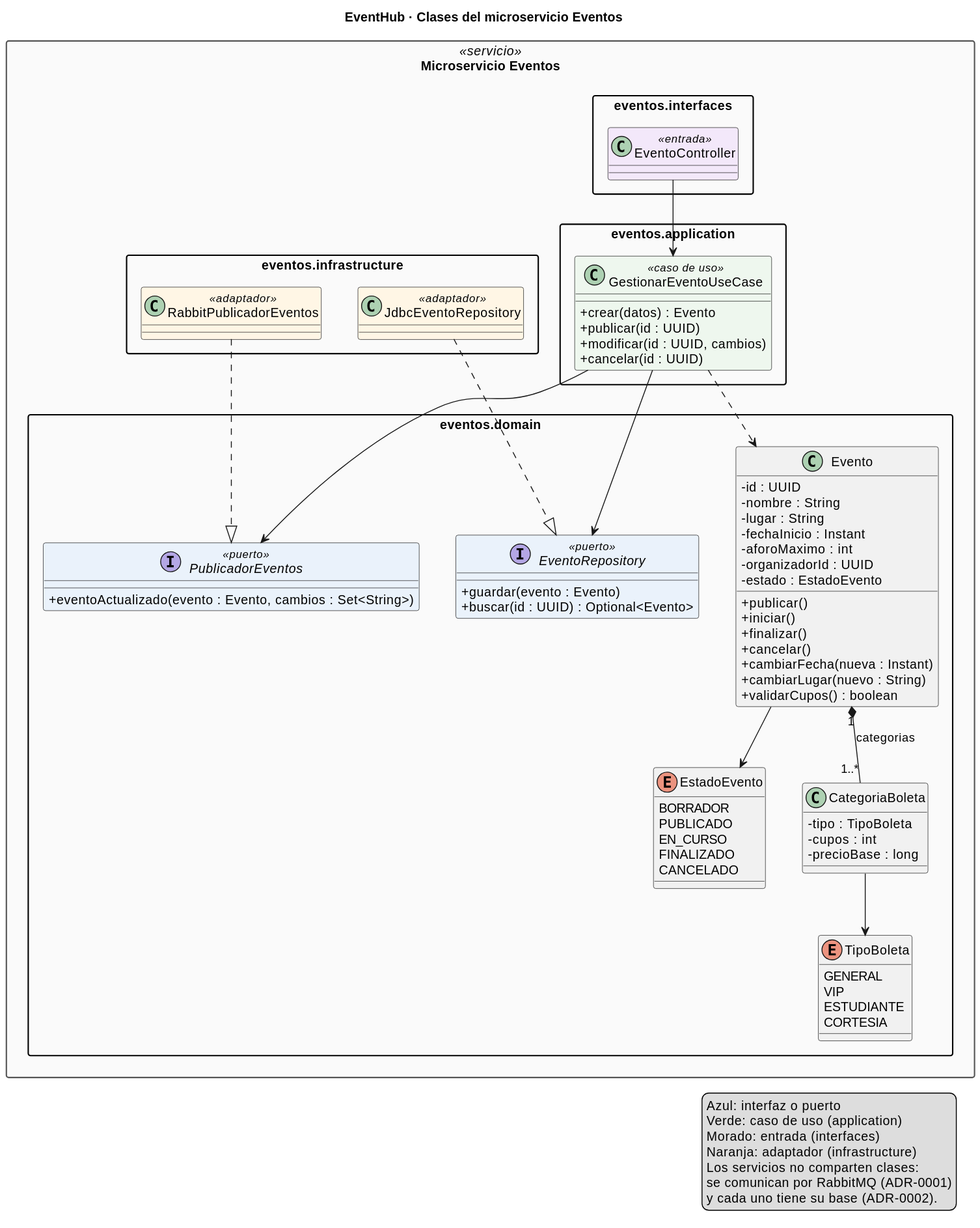
The PlantUML diagram docs/diagramas/clases-eventos.svg in vargasesc17/EventHub, before a commit. The source it was exported from:
```plantuml
@startuml
title EventHub · Clases del microservicio Eventos

skinparam shadowing false
skinparam classAttributeIconSize 0
skinparam packageStyle rectangle
skinparam nodesep 40
skinparam ranksep 50
skinparam defaultFontName Arial
skinparam package {
  BackgroundColor<<servicio>> #FAFAFA
  BorderColor<<servicio>> #555555
}
skinparam class {
  BackgroundColor<<interfaz>> #EAF2FB
  BackgroundColor<<puerto>> #EAF2FB
  BackgroundColor<<caso de uso>> #EEF7EE
  BackgroundColor<<adaptador>> #FFF6E5
  BackgroundColor<<entrada>> #F3E8FA
}

package "Microservicio Eventos" <<servicio>> {
  package "eventos.domain" as ev_dom {
    enum EstadoEvento {
      BORRADOR
      PUBLICADO
      EN_CURSO
      FINALIZADO
      CANCELADO
    }
    enum TipoBoleta {
      GENERAL
      VIP
      ESTUDIANTE
      CORTESIA
    }
    class Evento {
      - id : UUID
      - nombre : String
      - lugar : String
      - fechaInicio : Instant
      - aforoMaximo : int
      - organizadorId : UUID
      - estado : EstadoEvento
      + publicar()
      + iniciar()
      + finalizar()
      + cancelar()
      + cambiarFecha(nueva : Instant)
      + cambiarLugar(nuevo : String)
      + validarCupos() : boolean
    }
    class CategoriaBoleta {
      - tipo : TipoBoleta
      - cupos : int
      - precioBase : long
    }
    interface EventoRepository <<puerto>> {
      + guardar(evento : Evento)
      + buscar(id : UUID) : Optional<Evento>
    }
    interface PublicadorEventos <<puerto>> {
      + eventoActualizado(evento : Evento, cambios : Set<String>)
    }
  }
  package "eventos.application" as ev_app {
    class GestionarEventoUseCase <<caso de uso>> {
      + crear(datos) : Evento
      + publicar(id : UUID)
      + modificar(id : UUID, cambios)
      + cancelar(id : UUID)
    }
  }
  package "eventos.interfaces" as ev_int {
    class EventoController <<entrada>>
  }
  package "eventos.infrastructure" as ev_inf {
    class JdbcEventoRepository <<adaptador>>
    class RabbitPublicadorEventos <<adaptador>>
  }
}

Evento "1" *-- "1..*" CategoriaBoleta : categorias
Evento --> EstadoEvento
CategoriaBoleta --> TipoBoleta
GestionarEventoUseCase --> EventoRepository
GestionarEventoUseCase --> PublicadorEventos
GestionarEventoUseCase ..> Evento
EventoController --> GestionarEventoUseCase
JdbcEventoRepository ..|> EventoRepository
RabbitPublicadorEventos ..|> PublicadorEventos


legend right
  Azul: interfaz o puerto
  Verde: caso de uso (application)
  Morado: entrada (interfaces)
  Naranja: adaptador (infrastructure)
  Los servicios no comparten clases:
  se comunican por RabbitMQ (ADR-0001)
  y cada uno tiene su base (ADR-0002).
endlegend
@enduml
```
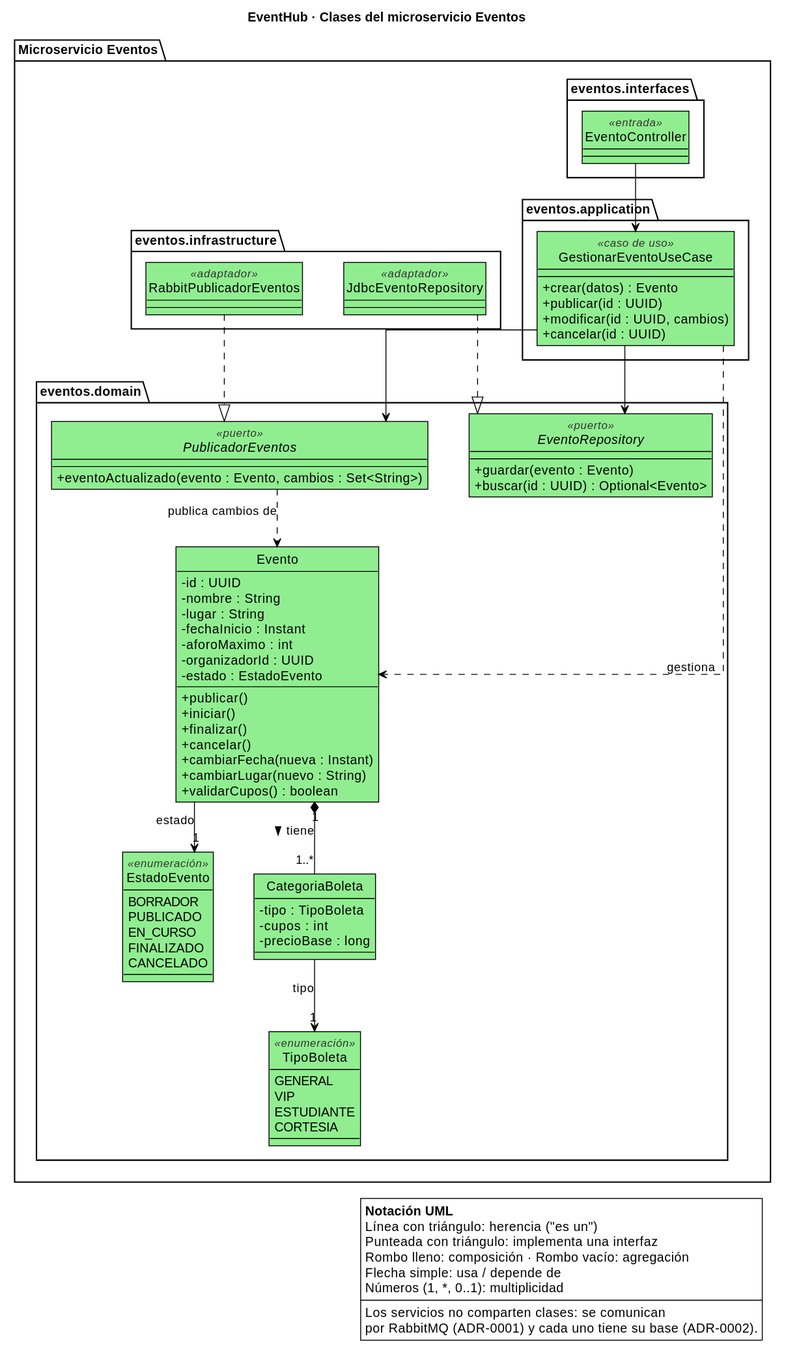
The same file after the commit.

Change to the diagram source:
```diff
@@ -2,33 +2,45 @@
 title EventHub · Clases del microservicio Eventos
 
 skinparam shadowing false
+skinparam linetype ortho
 skinparam classAttributeIconSize 0
-skinparam packageStyle rectangle
-skinparam nodesep 40
-skinparam ranksep 50
+skinparam roundCorner 0
+skinparam nodesep 45
+skinparam ranksep 55
 skinparam defaultFontName Arial
+skinparam ArrowColor #000000
+hide circle
+skinparam class {
+  BackgroundColor #90EE90
+  BorderColor #000000
+  BorderThickness 1
+  HeaderFontStyle bold
+  StereotypeFontColor #333333
+}
 skinparam package {
-  BackgroundColor<<servicio>> #FAFAFA
-  BorderColor<<servicio>> #555555
+  BackgroundColor #FFFFFF
+  BorderColor #000000
+  FontStyle bold
 }
-skinparam class {
-  BackgroundColor<<interfaz>> #EAF2FB
-  BackgroundColor<<puerto>> #EAF2FB
-  BackgroundColor<<caso de uso>> #EEF7EE
-  BackgroundColor<<adaptador>> #FFF6E5
-  BackgroundColor<<entrada>> #F3E8FA
+skinparam note {
+  BackgroundColor #FFFFFF
+  BorderColor #000000
+}
+skinparam legend {
+  BackgroundColor #FFFFFF
+  BorderColor #000000
 }
 
-package "Microservicio Eventos" <<servicio>> {
+package "Microservicio Eventos" {
   package "eventos.domain" as ev_dom {
-    enum EstadoEvento {
+    enum EstadoEvento <<enumeración>> {
       BORRADOR
       PUBLICADO
       EN_CURSO
       FINALIZADO
       CANCELADO
     }
-    enum TipoBoleta {
+    enum TipoBoleta <<enumeración>> {
       GENERAL
       VIP
       ESTUDIANTE
@@ -80,24 +92,27 @@
   }
 }
 
-Evento "1" *-- "1..*" CategoriaBoleta : categorias
-Evento --> EstadoEvento
-CategoriaBoleta --> TipoBoleta
+Evento "1" *-- "1..*" CategoriaBoleta : tiene >
+Evento --> "1" EstadoEvento : estado
+CategoriaBoleta --> "1" TipoBoleta : tipo
 GestionarEventoUseCase --> EventoRepository
 GestionarEventoUseCase --> PublicadorEventos
-GestionarEventoUseCase ..> Evento
+GestionarEventoUseCase ..> Evento : gestiona
 EventoController --> GestionarEventoUseCase
 JdbcEventoRepository ..|> EventoRepository
 RabbitPublicadorEventos ..|> PublicadorEventos
+PublicadorEventos ..> Evento : publica cambios de
 
 
 legend right
-  Azul: interfaz o puerto
-  Verde: caso de uso (application)
-  Morado: entrada (interfaces)
-  Naranja: adaptador (infrastructure)
-  Los servicios no comparten clases:
-  se comunican por RabbitMQ (ADR-0001)
-  y cada uno tiene su base (ADR-0002).
+  **Notación UML**
+  Línea con triángulo: herencia ("es un")
+  Punteada con triángulo: implementa una interfaz
+  Rombo lleno: composición · Rombo vacío: agregación
+  Flecha simple: usa / depende de
+  Números (1, *, 0..1): multiplicidad
+  ----
+  Los servicios no comparten clases: se comunican
+  por RabbitMQ (ADR-0001) y cada uno tiene su base (ADR-0002).
 endlegend
 @enduml
```
